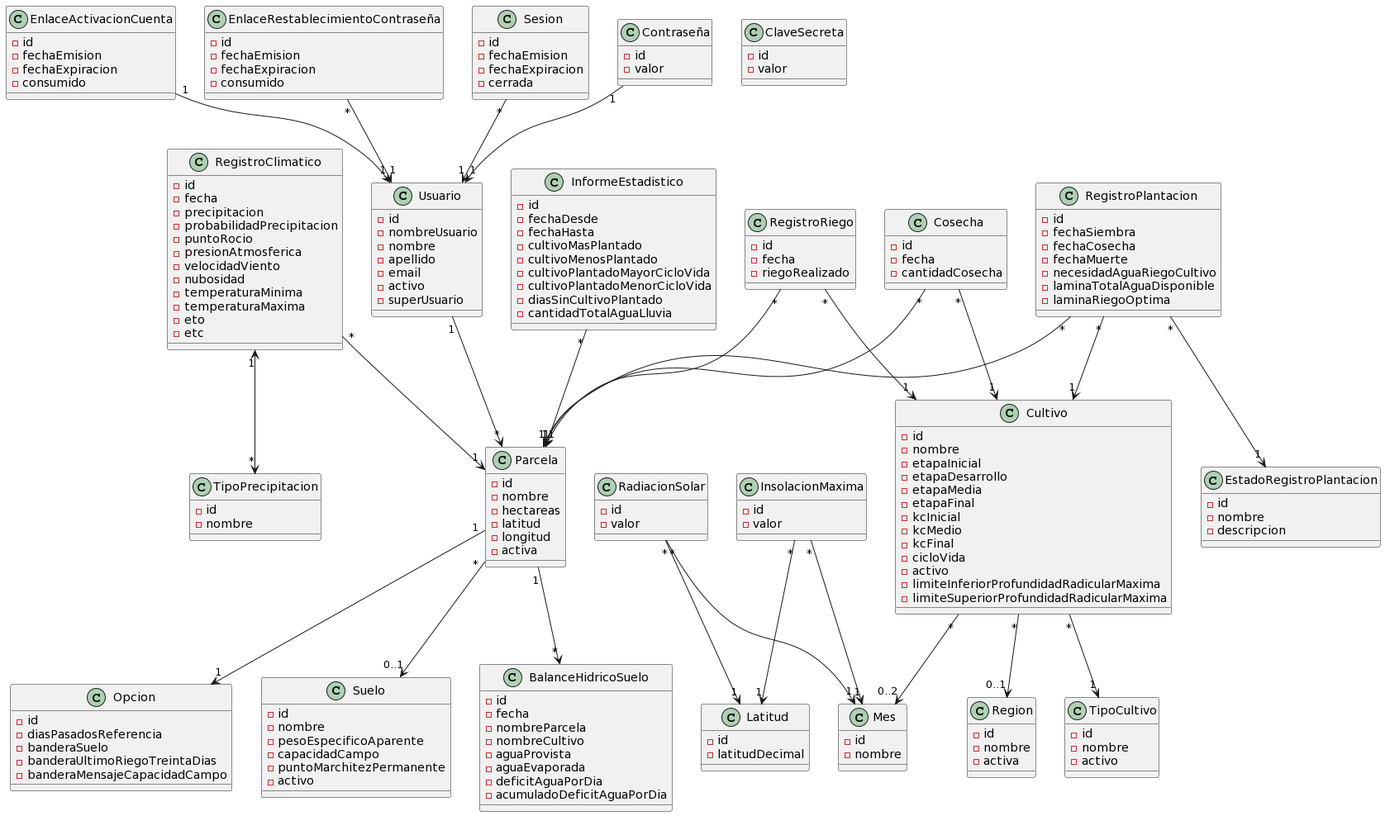
Above: docs/domain model/Modelo de dominio.png in facundopaez-dev/sistema-web-riego (PlantUML), before the change.
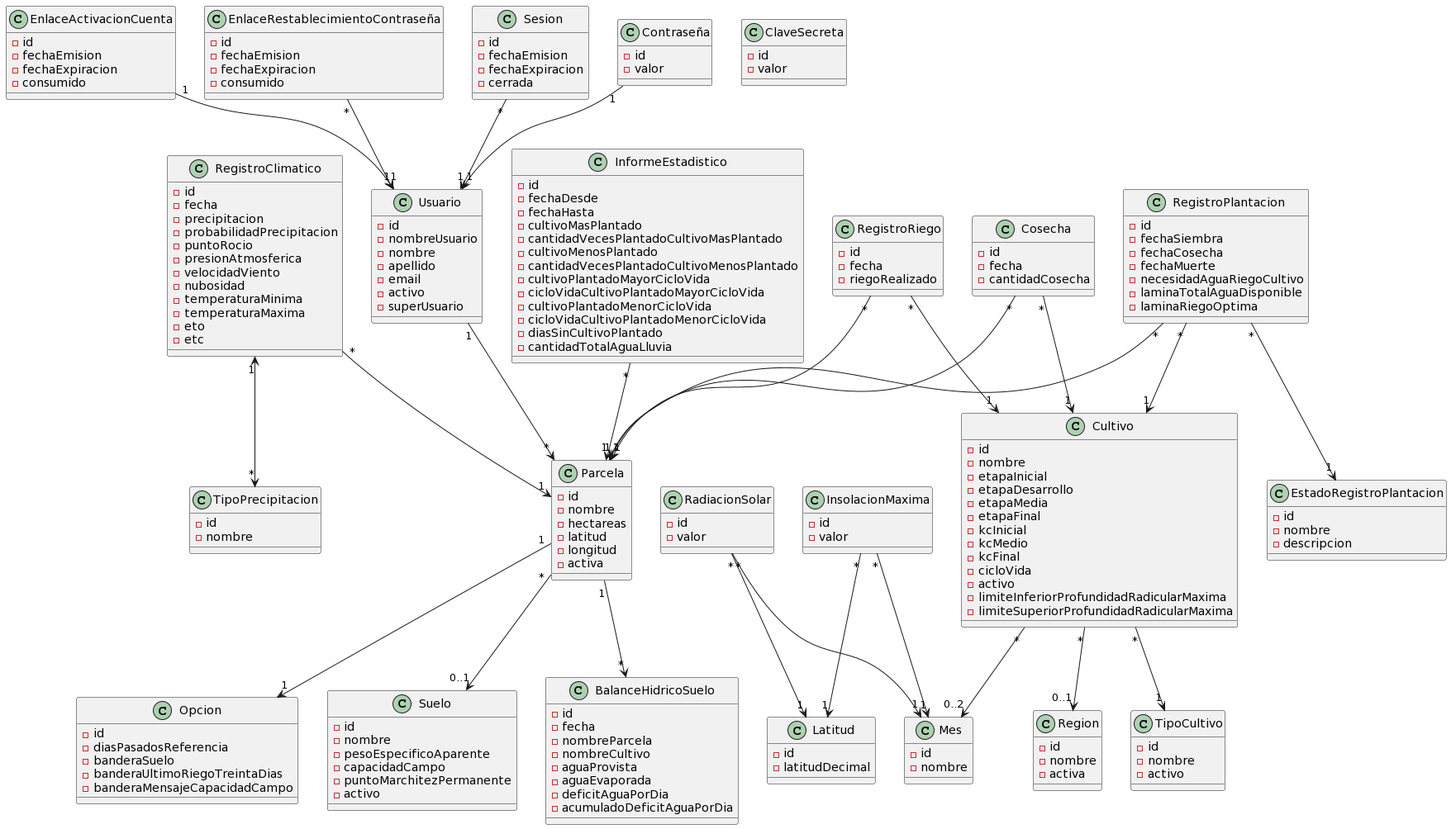
After the change.

Commit message:
Modificación del modelo de dominio

Diff of the diagram source:
```diff
@@ -45,9 +45,13 @@
 -fechaDesde
 -fechaHasta
 -cultivoMasPlantado
+-cantidadVecesPlantadoCultivoMasPlantado
 -cultivoMenosPlantado
+-cantidadVecesPlantadoCultivoMenosPlantado
 -cultivoPlantadoMayorCicloVida
+-cicloVidaCultivoPlantadoMayorCicloVida
 -cultivoPlantadoMenorCicloVida
+-cicloVidaCultivoPlantadoMenorCicloVida
 -diasSinCultivoPlantado
 -cantidadTotalAguaLluvia
 }
```
